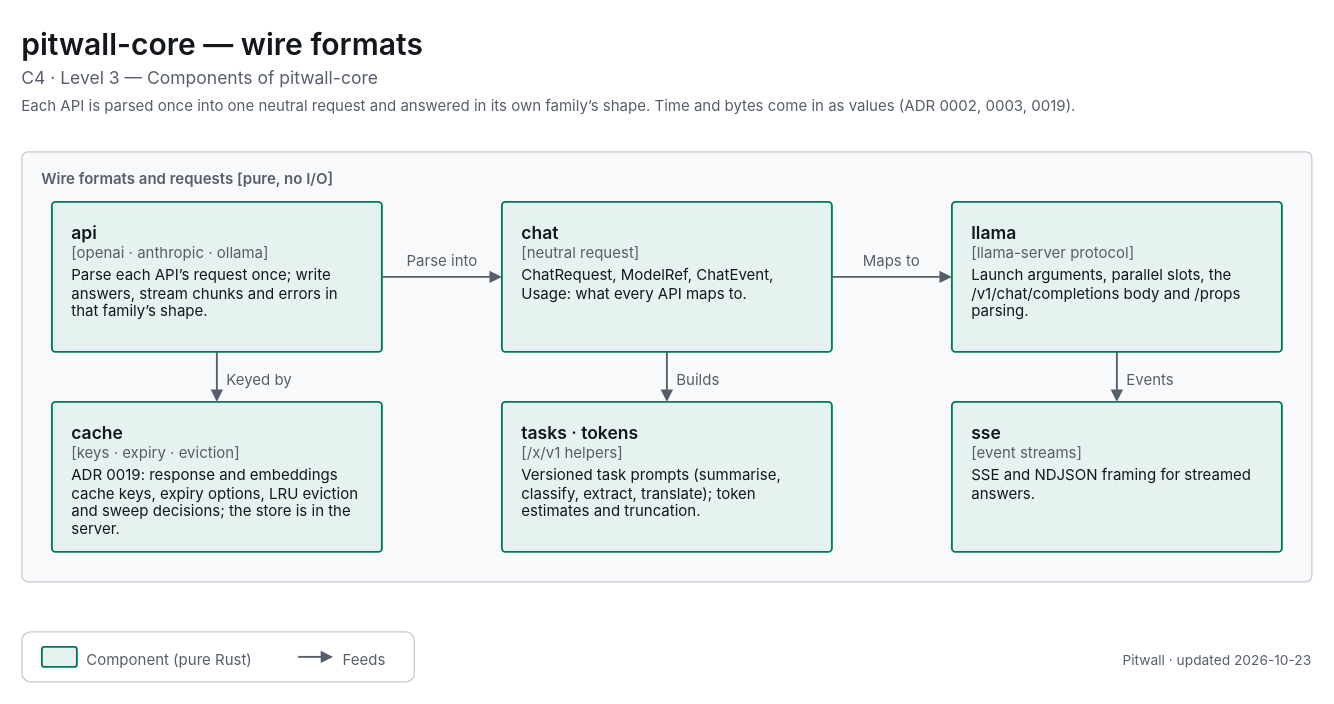
The draw.io diagram apps/pitwall/docs/diagrams/c4-3-core-wire.drawio in decryp7/paddock, before the edit. Source tidied: cells renumbered, new cells numbered last; positions are measured from the earlier drawing's top-left corner, leaving out a move shared by most shapes. Both pictures are drawn from the tidied source at 125%, with x=0, y=0 at pixel (21, 21).
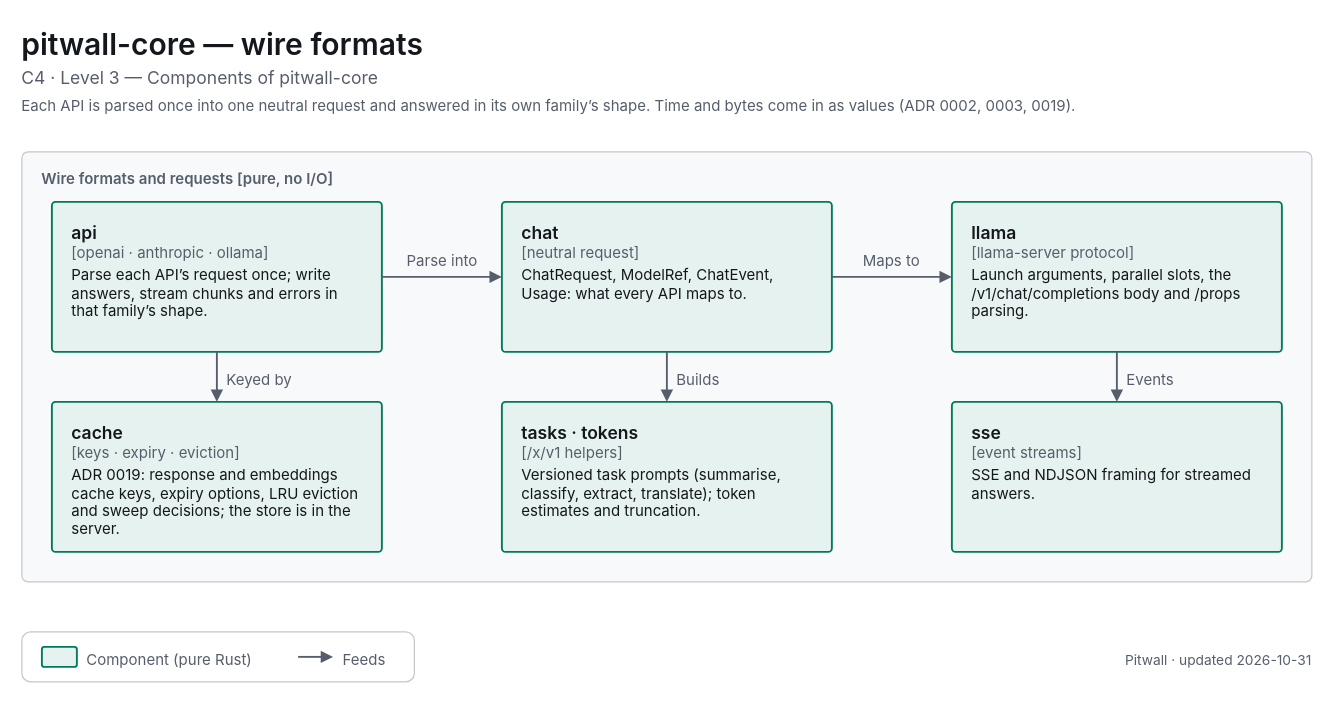
The same diagram, later.

Diff of the diagram source:
```diff
@@
-    <mxCell id="27" value="&lt;span style=&quot;font-size:11px;font-weight:400&quot;&gt;Pitwall · updated 2026-10-23&lt;/span&gt;" style="html=1;whiteSpace=wrap;fontFamily=-apple-system,BlinkMacSystemFont,Segoe UI,system-ui,sans-serif;fontSize=12;fontColor=light-dark(#14171C,#ECEEF1);text;strokeColor=none;fillColor=none;align=right;verticalAlign=top;spacing=0;fontColor=light-dark(#565E6B,#A0A7B2);" parent="1" vertex="1">
+    <mxCell id="27" value="&lt;span style=&quot;font-size:11px;font-weight:400&quot;&gt;Pitwall · updated 2026-10-31&lt;/span&gt;" style="html=1;whiteSpace=wrap;fontFamily=-apple-system,BlinkMacSystemFont,Segoe UI,system-ui,sans-serif;fontSize=12;fontColor=light-dark(#14171C,#ECEEF1);text;strokeColor=none;fillColor=none;align=right;verticalAlign=top;spacing=0;fontColor=light-dark(#565E6B,#A0A7B2);" parent="1" vertex="1">
       <mxGeometry x="672" y="499" width="360" height="18" as="geometry" />
     </mxCell>
```
